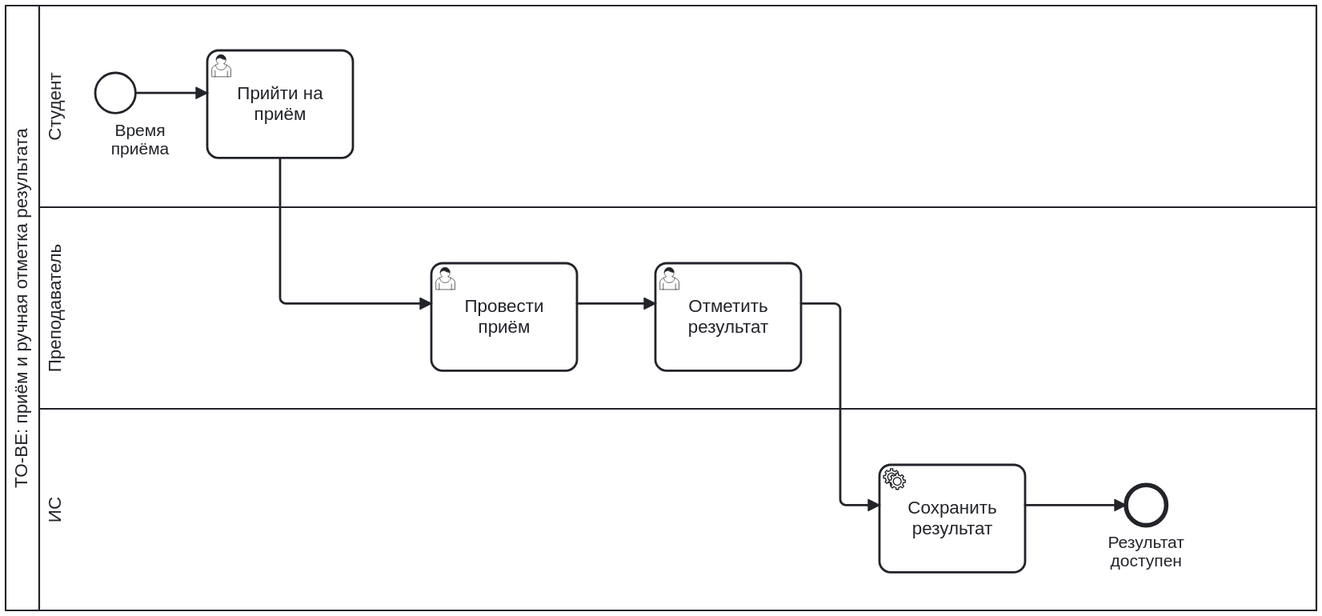
Above: assets/assessment.svg in somthngg/lab2-pris (BPMN), before the change. Its source is kept beside it as assets/assessment.bpmn. Ids are renumbered. Source of this version:
```xml
<bpmn:definitions xmlns:bpmn="http://www.omg.org/spec/BPMN/20100524/MODEL" xmlns:bpmndi="http://www.omg.org/spec/BPMN/20100524/DI" xmlns:dc="http://www.omg.org/spec/DD/20100524/DC" xmlns:di="http://www.omg.org/spec/DD/20100524/DI" xmlns:xsi="http://www.w3.org/2001/XMLSchema-instance" id="Defs_assessment" targetNamespace="https://example.org/consultation-concept">
  <bpmn:process id="Process_assessment" name="TO-BE: приём и ручная отметка результата" isExecutable="false">
    <bpmn:laneSet id="LaneSet_assessment">
      <bpmn:lane id="Lane_assessment_student" name="Студент">
        <bpmn:flowNodeRef>g_start</bpmn:flowNodeRef>
        <bpmn:flowNodeRef>g_attend</bpmn:flowNodeRef>
      </bpmn:lane>
      <bpmn:lane id="Lane_assessment_teacher" name="Преподаватель">
        <bpmn:flowNodeRef>g_receive</bpmn:flowNodeRef>
        <bpmn:flowNodeRef>g_grade</bpmn:flowNodeRef>
      </bpmn:lane>
      <bpmn:lane id="Lane_assessment_system" name="ИС">
        <bpmn:flowNodeRef>g_save</bpmn:flowNodeRef>
        <bpmn:flowNodeRef>g_end</bpmn:flowNodeRef>
      </bpmn:lane>
    </bpmn:laneSet>
    <bpmn:startEvent id="g_start" name="Время приёма">
      <bpmn:outgoing>gf1</bpmn:outgoing>
    </bpmn:startEvent>
    <bpmn:userTask id="g_attend" name="Прийти на приём">
      <bpmn:incoming>gf1</bpmn:incoming>
      <bpmn:outgoing>gf2</bpmn:outgoing>
    </bpmn:userTask>
    <bpmn:userTask id="g_receive" name="Провести приём">
      <bpmn:incoming>gf2</bpmn:incoming>
      <bpmn:outgoing>gf3</bpmn:outgoing>
    </bpmn:userTask>
    <bpmn:userTask id="g_grade" name="Отметить результат">
      <bpmn:incoming>gf3</bpmn:incoming>
      <bpmn:outgoing>gf4</bpmn:outgoing>
    </bpmn:userTask>
    <bpmn:serviceTask id="g_save" name="Сохранить результат">
      <bpmn:incoming>gf4</bpmn:incoming>
      <bpmn:outgoing>gf5</bpmn:outgoing>
    </bpmn:serviceTask>
    <bpmn:endEvent id="g_end" name="Результат доступен">
      <bpmn:incoming>gf5</bpmn:incoming>
    </bpmn:endEvent>
    <bpmn:sequenceFlow id="gf1" sourceRef="g_start" targetRef="g_attend"/>
    <bpmn:sequenceFlow id="gf2" sourceRef="g_attend" targetRef="g_receive"/>
    <bpmn:sequenceFlow id="gf3" sourceRef="g_receive" targetRef="g_grade"/>
    <bpmn:sequenceFlow id="gf4" sourceRef="g_grade" targetRef="g_save"/>
    <bpmn:sequenceFlow id="gf5" sourceRef="g_save" targetRef="g_end"/>
  </bpmn:process>
  <bpmn:collaboration id="Collab_assessment">
    <bpmn:participant id="Pool_assessment" name="TO-BE: приём и ручная отметка результата" processRef="Process_assessment"/>
  </bpmn:collaboration>
  <bpmndi:BPMNDiagram id="Diagram_assessment">
    <bpmndi:BPMNPlane id="Plane_assessment" bpmnElement="Collab_assessment">
      <bpmndi:BPMNShape id="Pool_assessment_di" bpmnElement="Pool_assessment" isHorizontal="true">
        <dc:Bounds x="30" y="80" width="1170" height="540"/>
      </bpmndi:BPMNShape>
      <bpmndi:BPMNShape id="Lane_assessment_student_di" bpmnElement="Lane_assessment_student" isHorizontal="true">
        <dc:Bounds x="60" y="80" width="1140" height="180"/>
      </bpmndi:BPMNShape>
      <bpmndi:BPMNShape id="Lane_assessment_teacher_di" bpmnElement="Lane_assessment_teacher" isHorizontal="true">
        <dc:Bounds x="60" y="260" width="1140" height="180"/>
      </bpmndi:BPMNShape>
      <bpmndi:BPMNShape id="Lane_assessment_system_di" bpmnElement="Lane_assessment_system" isHorizontal="true">
        <dc:Bounds x="60" y="440" width="1140" height="180"/>
      </bpmndi:BPMNShape>
      <bpmndi:BPMNShape id="g_start_di" bpmnElement="g_start">
        <dc:Bounds x="110" y="140" width="36" height="36"/>
        <bpmndi:BPMNLabel>
          <dc:Bounds x="100" y="184" width="100" height="55"/>
        </bpmndi:BPMNLabel>
      </bpmndi:BPMNShape>
      <bpmndi:BPMNShape id="g_attend_di" bpmnElement="g_attend">
        <dc:Bounds x="210" y="120" width="130" height="96"/>
      </bpmndi:BPMNShape>
      <bpmndi:BPMNShape id="g_receive_di" bpmnElement="g_receive">
        <dc:Bounds x="410" y="310" width="130" height="96"/>
      </bpmndi:BPMNShape>
      <bpmndi:BPMNShape id="g_grade_di" bpmnElement="g_grade">
        <dc:Bounds x="610" y="310" width="130" height="96"/>
      </bpmndi:BPMNShape>
      <bpmndi:BPMNShape id="g_save_di" bpmnElement="g_save">
        <dc:Bounds x="810" y="490" width="130" height="96"/>
      </bpmndi:BPMNShape>
      <bpmndi:BPMNShape id="g_end_di" bpmnElement="g_end">
        <dc:Bounds x="1030" y="508" width="36" height="36"/>
        <bpmndi:BPMNLabel>
          <dc:Bounds x="988.0" y="552" width="120" height="55"/>
        </bpmndi:BPMNLabel>
      </bpmndi:BPMNShape>
      <bpmndi:BPMNEdge id="gf1_di" bpmnElement="gf1">
        <di:waypoint x="146" y="158"/>
        <di:waypoint x="210" y="158"/>
      </bpmndi:BPMNEdge>
      <bpmndi:BPMNEdge id="gf2_di" bpmnElement="gf2">
        <di:waypoint x="275" y="216"/>
        <di:waypoint x="275" y="346"/>
        <di:waypoint x="410" y="346"/>
      </bpmndi:BPMNEdge>
      <bpmndi:BPMNEdge id="gf3_di" bpmnElement="gf3">
        <di:waypoint x="540" y="346"/>
        <di:waypoint x="610" y="346"/>
      </bpmndi:BPMNEdge>
      <bpmndi:BPMNEdge id="gf4_di" bpmnElement="gf4">
        <di:waypoint x="740" y="346"/>
        <di:waypoint x="775" y="346"/>
        <di:waypoint x="775" y="526"/>
        <di:waypoint x="810" y="526"/>
      </bpmndi:BPMNEdge>
      <bpmndi:BPMNEdge id="gf5_di" bpmnElement="gf5">
        <di:waypoint x="940" y="526"/>
        <di:waypoint x="1030" y="526"/>
      </bpmndi:BPMNEdge>
    </bpmndi:BPMNPlane>
  </bpmndi:BPMNDiagram>
</bpmn:definitions>
```
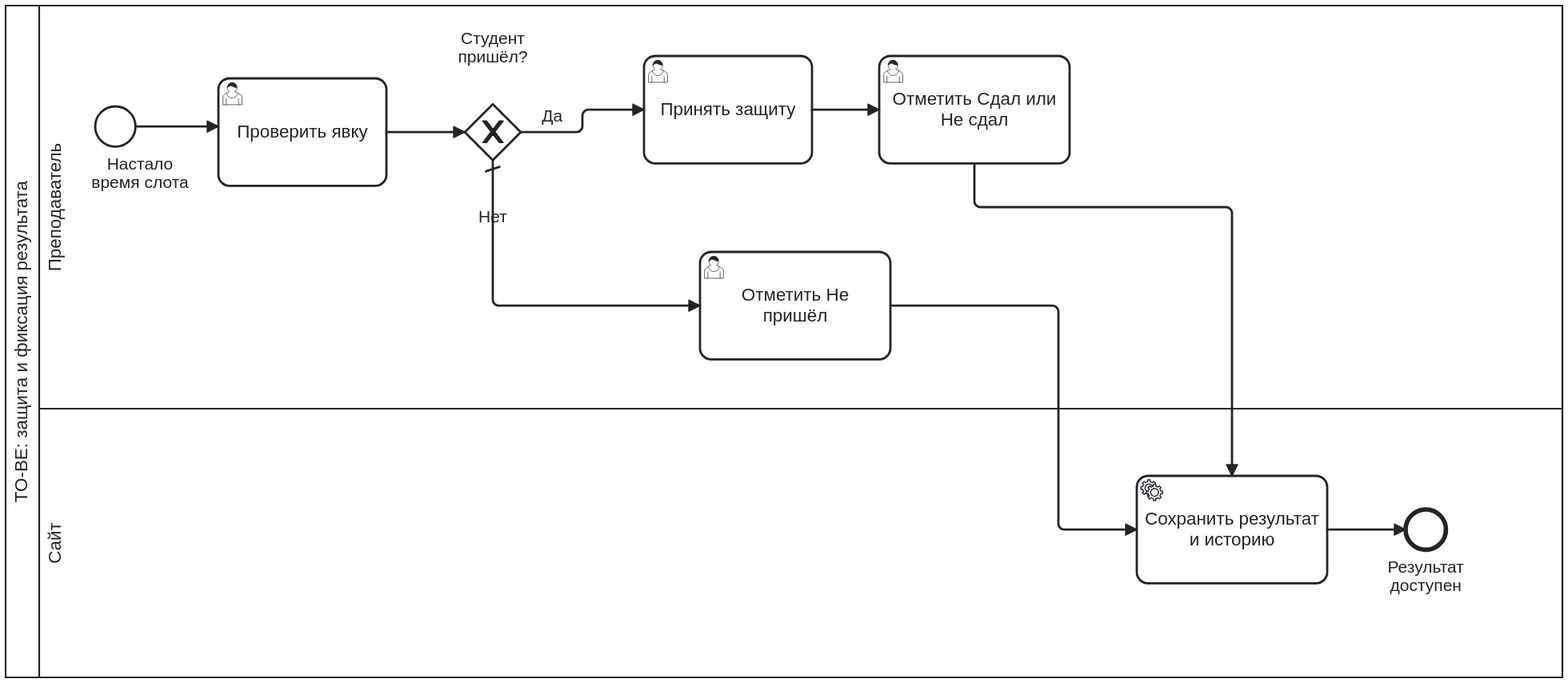
Above is the later version.

Commit message:
Обновить BPMN: таблица, запись на 10 минут и результаты защит

Diff of the diagram source:
```diff
@@ -1,110 +1,153 @@
 <bpmn:definitions xmlns:bpmn="http://www.omg.org/spec/BPMN/20100524/MODEL" xmlns:bpmndi="http://www.omg.org/spec/BPMN/20100524/DI" xmlns:dc="http://www.omg.org/spec/DD/20100524/DC" xmlns:di="http://www.omg.org/spec/DD/20100524/DI" xmlns:xsi="http://www.w3.org/2001/XMLSchema-instance" id="Defs_assessment" targetNamespace="https://example.org/consultation-concept">
-  <bpmn:process id="Process_assessment" name="TO-BE: приём и ручная отметка результата" isExecutable="false">
+  <bpmn:process id="Process_assessment" name="TO-BE: защита и фиксация результата" isExecutable="false">
     <bpmn:laneSet id="LaneSet_assessment">
-      <bpmn:lane id="Lane_assessment_student" name="Студент">
+      <bpmn:lane id="Lane_assessment_teacher" name="Преподаватель">
         <bpmn:flowNodeRef>g_start</bpmn:flowNodeRef>
-        <bpmn:flowNodeRef>g_attend</bpmn:flowNodeRef>
+        <bpmn:flowNodeRef>g_check</bpmn:flowNodeRef>
+        <bpmn:flowNodeRef>g_presence</bpmn:flowNodeRef>
+        <bpmn:flowNodeRef>g_defend</bpmn:flowNodeRef>
+        <bpmn:flowNodeRef>g_grade</bpmn:flowNodeRef>
+        <bpmn:flowNodeRef>g_absent</bpmn:flowNodeRef>
       </bpmn:lane>
-      <bpmn:lane id="Lane_assessment_teacher" name="Преподаватель">
-        <bpmn:flowNodeRef>g_receive</bpmn:flowNodeRef>
-        <bpmn:flowNodeRef>g_grade</bpmn:flowNodeRef>
-      </bpmn:lane>
-      <bpmn:lane id="Lane_assessment_system" name="ИС">
+      <bpmn:lane id="Lane_assessment_system" name="Сайт">
         <bpmn:flowNodeRef>g_save</bpmn:flowNodeRef>
         <bpmn:flowNodeRef>g_end</bpmn:flowNodeRef>
       </bpmn:lane>
     </bpmn:laneSet>
-    <bpmn:startEvent id="g_start" name="Время приёма">
+    <bpmn:startEvent id="g_start" name="Настало время слота">
       <bpmn:outgoing>gf1</bpmn:outgoing>
     </bpmn:startEvent>
-    <bpmn:userTask id="g_attend" name="Прийти на приём">
+    <bpmn:userTask id="g_check" name="Проверить явку">
       <bpmn:incoming>gf1</bpmn:incoming>
       <bpmn:outgoing>gf2</bpmn:outgoing>
     </bpmn:userTask>
-    <bpmn:userTask id="g_receive" name="Провести приём">
+    <bpmn:exclusiveGateway id="g_presence" name="Студент пришёл?" default="gf5">
       <bpmn:incoming>gf2</bpmn:incoming>
       <bpmn:outgoing>gf3</bpmn:outgoing>
-    </bpmn:userTask>
-    <bpmn:userTask id="g_grade" name="Отметить результат">
+      <bpmn:outgoing>gf5</bpmn:outgoing>
+    </bpmn:exclusiveGateway>
+    <bpmn:userTask id="g_defend" name="Принять защиту">
       <bpmn:incoming>gf3</bpmn:incoming>
       <bpmn:outgoing>gf4</bpmn:outgoing>
     </bpmn:userTask>
-    <bpmn:serviceTask id="g_save" name="Сохранить результат">
+    <bpmn:userTask id="g_grade" name="Отметить Сдал или Не сдал">
       <bpmn:incoming>gf4</bpmn:incoming>
-      <bpmn:outgoing>gf5</bpmn:outgoing>
+      <bpmn:outgoing>gf6</bpmn:outgoing>
+    </bpmn:userTask>
+    <bpmn:userTask id="g_absent" name="Отметить Не пришёл">
+      <bpmn:incoming>gf5</bpmn:incoming>
+      <bpmn:outgoing>gf7</bpmn:outgoing>
+    </bpmn:userTask>
+    <bpmn:serviceTask id="g_save" name="Сохранить результат и историю">
+      <bpmn:incoming>gf6</bpmn:incoming>
+      <bpmn:incoming>gf7</bpmn:incoming>
+      <bpmn:outgoing>gf8</bpmn:outgoing>
     </bpmn:serviceTask>
     <bpmn:endEvent id="g_end" name="Результат доступен">
-      <bpmn:incoming>gf5</bpmn:incoming>
+      <bpmn:incoming>gf8</bpmn:incoming>
     </bpmn:endEvent>
-    <bpmn:sequenceFlow id="gf1" sourceRef="g_start" targetRef="g_attend"/>
-    <bpmn:sequenceFlow id="gf2" sourceRef="g_attend" targetRef="g_receive"/>
-    <bpmn:sequenceFlow id="gf3" sourceRef="g_receive" targetRef="g_grade"/>
-    <bpmn:sequenceFlow id="gf4" sourceRef="g_grade" targetRef="g_save"/>
-    <bpmn:sequenceFlow id="gf5" sourceRef="g_save" targetRef="g_end"/>
+    <bpmn:sequenceFlow id="gf1" sourceRef="g_start" targetRef="g_check"/>
+    <bpmn:sequenceFlow id="gf2" sourceRef="g_check" targetRef="g_presence"/>
+    <bpmn:sequenceFlow id="gf3" sourceRef="g_presence" targetRef="g_defend" name="Да">
+      <bpmn:conditionExpression xsi:type="bpmn:tFormalExpression">studentPresent</bpmn:conditionExpression>
+    </bpmn:sequenceFlow>
+    <bpmn:sequenceFlow id="gf4" sourceRef="g_defend" targetRef="g_grade"/>
+    <bpmn:sequenceFlow id="gf5" sourceRef="g_presence" targetRef="g_absent" name="Нет"/>
+    <bpmn:sequenceFlow id="gf6" sourceRef="g_grade" targetRef="g_save"/>
+    <bpmn:sequenceFlow id="gf7" sourceRef="g_absent" targetRef="g_save"/>
+    <bpmn:sequenceFlow id="gf8" sourceRef="g_save" targetRef="g_end"/>
   </bpmn:process>
   <bpmn:collaboration id="Collab_assessment">
-    <bpmn:participant id="Pool_assessment" name="TO-BE: приём и ручная отметка результата" processRef="Process_assessment"/>
+    <bpmn:participant id="Pool_assessment" name="TO-BE: защита и фиксация результата" processRef="Process_assessment"/>
   </bpmn:collaboration>
   <bpmndi:BPMNDiagram id="Diagram_assessment">
     <bpmndi:BPMNPlane id="Plane_assessment" bpmnElement="Collab_assessment">
       <bpmndi:BPMNShape id="Pool_assessment_di" bpmnElement="Pool_assessment" isHorizontal="true">
-        <dc:Bounds x="30" y="80" width="1170" height="540"/>
-      </bpmndi:BPMNShape>
-      <bpmndi:BPMNShape id="Lane_assessment_student_di" bpmnElement="Lane_assessment_student" isHorizontal="true">
-        <dc:Bounds x="60" y="80" width="1140" height="180"/>
+        <dc:Bounds x="30" y="80" width="1390" height="600"/>
       </bpmndi:BPMNShape>
       <bpmndi:BPMNShape id="Lane_assessment_teacher_di" bpmnElement="Lane_assessment_teacher" isHorizontal="true">
-        <dc:Bounds x="60" y="260" width="1140" height="180"/>
+        <dc:Bounds x="60" y="80" width="1360" height="360"/>
       </bpmndi:BPMNShape>
       <bpmndi:BPMNShape id="Lane_assessment_system_di" bpmnElement="Lane_assessment_system" isHorizontal="true">
-        <dc:Bounds x="60" y="440" width="1140" height="180"/>
+        <dc:Bounds x="60" y="440" width="1360" height="240"/>
       </bpmndi:BPMNShape>
       <bpmndi:BPMNShape id="g_start_di" bpmnElement="g_start">
-        <dc:Bounds x="110" y="140" width="36" height="36"/>
+        <dc:Bounds x="110" y="170" width="36" height="36"/>
         <bpmndi:BPMNLabel>
-          <dc:Bounds x="100" y="184" width="100" height="55"/>
+          <dc:Bounds x="100" y="214" width="100" height="55"/>
         </bpmndi:BPMNLabel>
       </bpmndi:BPMNShape>
-      <bpmndi:BPMNShape id="g_attend_di" bpmnElement="g_attend">
-        <dc:Bounds x="210" y="120" width="130" height="96"/>
+      <bpmndi:BPMNShape id="g_check_di" bpmnElement="g_check">
+        <dc:Bounds x="220" y="145" width="150" height="96"/>
       </bpmndi:BPMNShape>
-      <bpmndi:BPMNShape id="g_receive_di" bpmnElement="g_receive">
-        <dc:Bounds x="410" y="310" width="130" height="96"/>
+      <bpmndi:BPMNShape id="g_presence_di" bpmnElement="g_presence" isMarkerVisible="true">
+        <dc:Bounds x="440" y="168" width="50" height="50"/>
+        <bpmndi:BPMNLabel>
+          <dc:Bounds x="405" y="102" width="120" height="55"/>
+        </bpmndi:BPMNLabel>
+      </bpmndi:BPMNShape>
+      <bpmndi:BPMNShape id="g_defend_di" bpmnElement="g_defend">
+        <dc:Bounds x="600" y="125" width="150" height="96"/>
       </bpmndi:BPMNShape>
       <bpmndi:BPMNShape id="g_grade_di" bpmnElement="g_grade">
-        <dc:Bounds x="610" y="310" width="130" height="96"/>
+        <dc:Bounds x="810" y="125" width="170" height="96"/>
+      </bpmndi:BPMNShape>
+      <bpmndi:BPMNShape id="g_absent_di" bpmnElement="g_absent">
+        <dc:Bounds x="650" y="300" width="170" height="96"/>
       </bpmndi:BPMNShape>
       <bpmndi:BPMNShape id="g_save_di" bpmnElement="g_save">
-        <dc:Bounds x="810" y="490" width="130" height="96"/>
+        <dc:Bounds x="1040" y="500" width="170" height="96"/>
       </bpmndi:BPMNShape>
       <bpmndi:BPMNShape id="g_end_di" bpmnElement="g_end">
-        <dc:Bounds x="1030" y="508" width="36" height="36"/>
+        <dc:Bounds x="1280" y="530" width="36" height="36"/>
         <bpmndi:BPMNLabel>
-          <dc:Bounds x="988.0" y="552" width="120" height="55"/>
+          <dc:Bounds x="1238.0" y="574" width="120" height="55"/>
         </bpmndi:BPMNLabel>
       </bpmndi:BPMNShape>
       <bpmndi:BPMNEdge id="gf1_di" bpmnElement="gf1">
-        <di:waypoint x="146" y="158"/>
-        <di:waypoint x="210" y="158"/>
+        <di:waypoint x="146" y="188"/>
+        <di:waypoint x="220" y="188"/>
       </bpmndi:BPMNEdge>
       <bpmndi:BPMNEdge id="gf2_di" bpmnElement="gf2">
-        <di:waypoint x="275" y="216"/>
-        <di:waypoint x="275" y="346"/>
-        <di:waypoint x="410" y="346"/>
+        <di:waypoint x="370" y="193"/>
+        <di:waypoint x="440" y="193"/>
       </bpmndi:BPMNEdge>
       <bpmndi:BPMNEdge id="gf3_di" bpmnElement="gf3">
-        <di:waypoint x="540" y="346"/>
-        <di:waypoint x="610" y="346"/>
+        <di:waypoint x="490" y="193"/>
+        <di:waypoint x="545" y="193"/>
+        <di:waypoint x="545" y="173"/>
+        <di:waypoint x="600" y="173"/>
+        <bpmndi:BPMNLabel>
+          <dc:Bounds x="482.5" y="171.0" width="70" height="18"/>
+        </bpmndi:BPMNLabel>
       </bpmndi:BPMNEdge>
       <bpmndi:BPMNEdge id="gf4_di" bpmnElement="gf4">
-        <di:waypoint x="740" y="346"/>
-        <di:waypoint x="775" y="346"/>
-        <di:waypoint x="775" y="526"/>
-        <di:waypoint x="810" y="526"/>
+        <di:waypoint x="750" y="173"/>
+        <di:waypoint x="810" y="173"/>
       </bpmndi:BPMNEdge>
       <bpmndi:BPMNEdge id="gf5_di" bpmnElement="gf5">
-        <di:waypoint x="940" y="526"/>
-        <di:waypoint x="1030" y="526"/>
+        <di:waypoint x="465" y="218"/>
+        <di:waypoint x="465" y="348"/>
+        <di:waypoint x="650" y="348"/>
+        <bpmndi:BPMNLabel>
+          <dc:Bounds x="430.0" y="261.0" width="70" height="18"/>
+        </bpmndi:BPMNLabel>
+      </bpmndi:BPMNEdge>
+      <bpmndi:BPMNEdge id="gf6_di" bpmnElement="gf6">
+        <di:waypoint x="895" y="221"/>
+        <di:waypoint x="895" y="260"/>
+        <di:waypoint x="1125" y="260"/>
+        <di:waypoint x="1125" y="500"/>
+      </bpmndi:BPMNEdge>
+      <bpmndi:BPMNEdge id="gf7_di" bpmnElement="gf7">
+        <di:waypoint x="820" y="348"/>
+        <di:waypoint x="970" y="348"/>
+        <di:waypoint x="970" y="548"/>
+        <di:waypoint x="1040" y="548"/>
+      </bpmndi:BPMNEdge>
+      <bpmndi:BPMNEdge id="gf8_di" bpmnElement="gf8">
+        <di:waypoint x="1210" y="548"/>
+        <di:waypoint x="1280" y="548"/>
       </bpmndi:BPMNEdge>
     </bpmndi:BPMNPlane>
   </bpmndi:BPMNDiagram>
```
